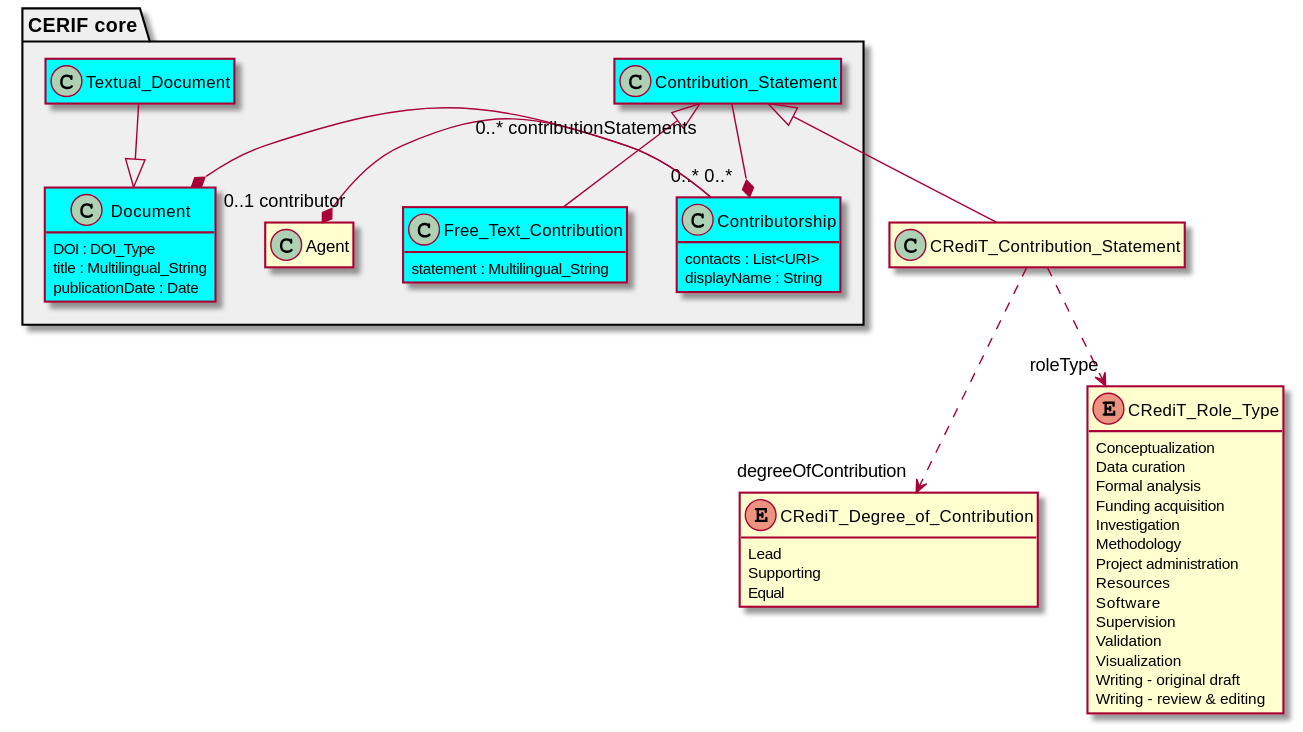
Earlier version of the PlantUML export diagrams/CRediT.svg (EuroCRIS/CERIF-ScholarlyPublicationsModule).
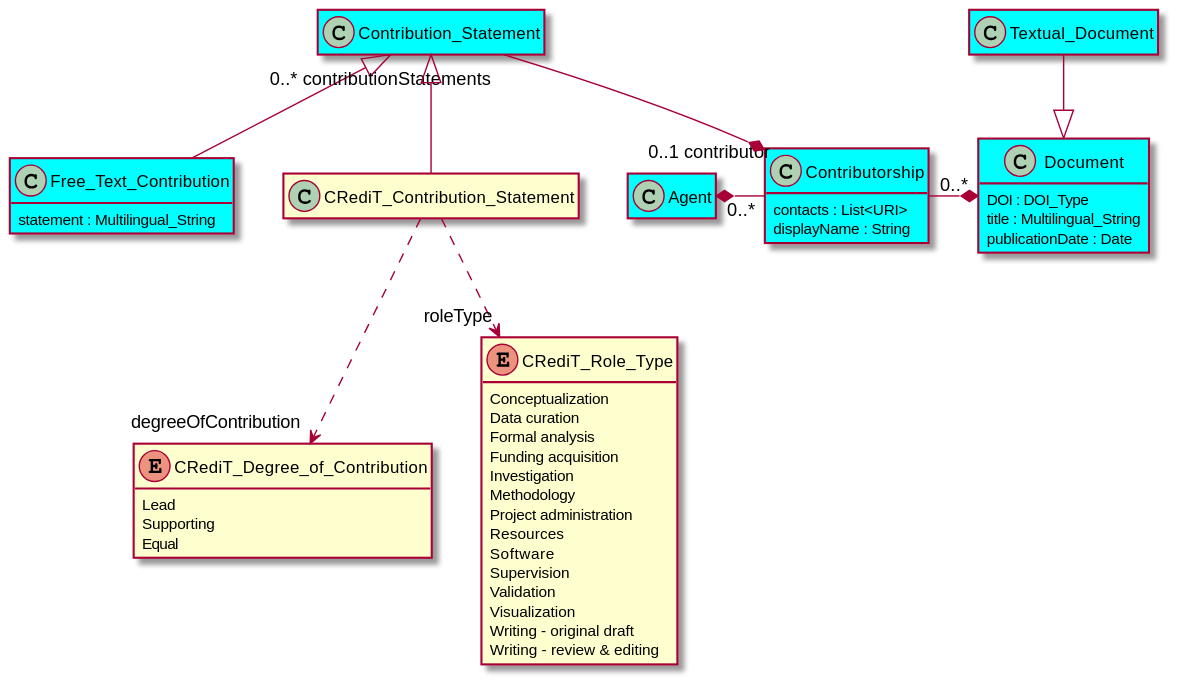
Above is the later version.

Commit message:
colors at diagrams (core and module distinction)

The edit, as a diff of the source:
```diff
@@ -2,10 +2,10 @@
 
 !includesub core.puml!common
 
-package "CERIF core" #EFEFEF{
+
     !includesub ./core.puml!Document
     !includesub ./core.puml!Contributorship
-}
+    !includesub ./core.puml!Agent
 
 !includesub ./module.puml!CRediT
 
```
